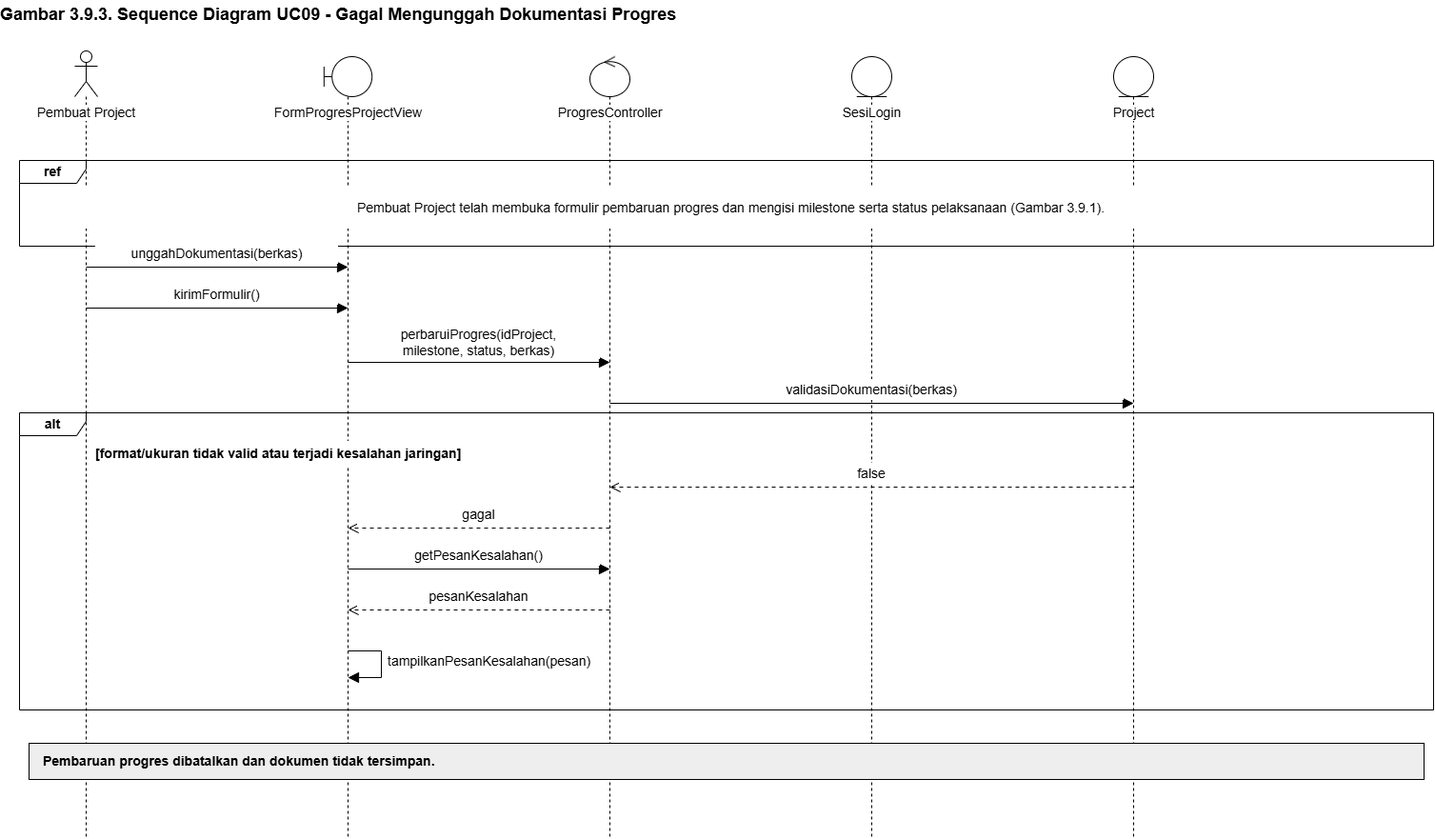
Above: docs/M7/assets/diagram/sequence-uc09-alt2.png in Brynpamungkas/IF2150-RPL-K02-G08 (draw.io), before the change. Source tidied: cells renumbered, new cells last; positions are measured from the earlier drawing's top-left corner, leaving out a move shared by most shapes.
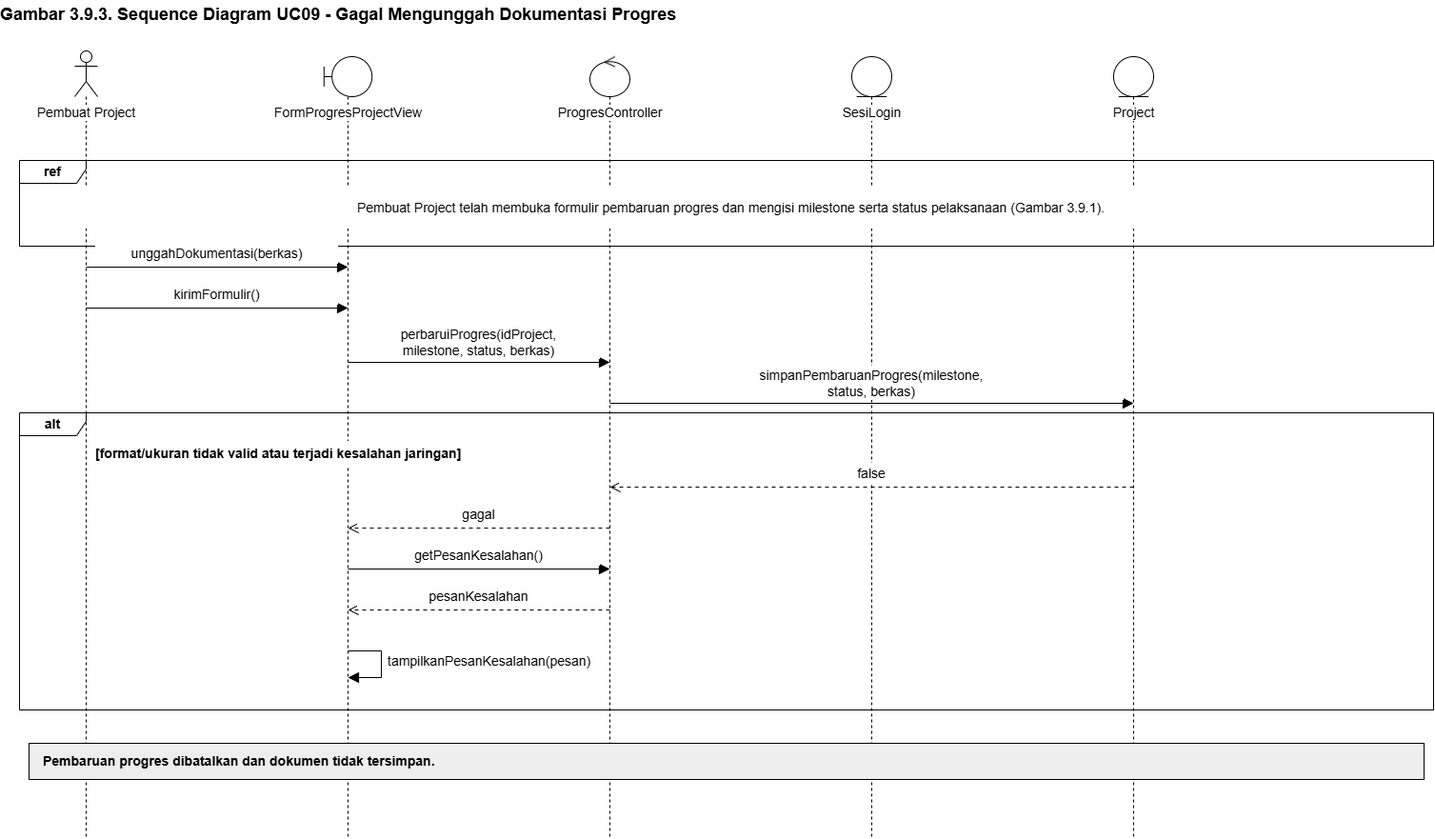
Above is the later version.

Diff of the diagram source:
```diff
@@ -65,8 +65,8 @@
         <mxPoint x="1190" y="423" as="targetPoint" />
       </mxGeometry>
     </mxCell>
-    <mxCell id="19" value="validasiDokumentasi(berkas)" style="text;html=1;strokeColor=none;fillColor=white;align=center;verticalAlign=middle;whiteSpace=wrap;overflow=visible;fontFamily=Arial;fontSize=14;fontStyle=0;spacing=0;" parent="1" vertex="1">
-      <mxGeometry x="650" y="398" width="530" height="22" as="geometry" />
+    <mxCell id="19" value="simpanPembaruanProgres(milestone,&lt;br&gt;status, berkas)" style="text;html=1;strokeColor=none;fillColor=white;align=center;verticalAlign=middle;whiteSpace=wrap;overflow=visible;fontFamily=Arial;fontSize=14;fontStyle=0;spacing=0;" parent="1" vertex="1">
+      <mxGeometry x="650" y="384" width="530" height="36" as="geometry" />
     </mxCell>
     <mxCell id="20" style="html=1;rounded=0;endArrow=open;endFill=0;endSize=9;strokeColor=#000000;dashed=1;dashPattern=4 4;" parent="1" edge="1">
       <mxGeometry relative="1" as="geometry">
```
